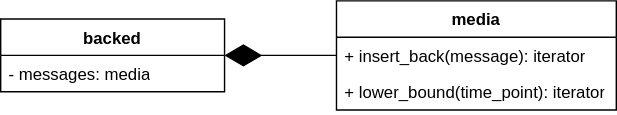
This is doc/threads_backed.svg from vitalii-samoilenko/ai-chat-bot, a draw.io export, as it was before one commit. Source tidied: cells renumbered, new cells last; positions are measured from the earlier drawing's top-left corner, leaving out a move shared by most shapes. The source it was exported from:
```xml
<mxGraphModel>
  <root>
    <mxCell id="0" />
    <mxCell id="1" parent="0" />
    <mxCell id="2" value="backed" style="swimlane;fontStyle=1;align=center;verticalAlign=top;horizontal=1;startSize=26;whiteSpace=wrap;html=1;" parent="1" vertex="1">
      <mxGeometry y="13" width="160" height="52" as="geometry" />
    </mxCell>
    <mxCell id="3" value="- messages: media" style="text;strokeColor=none;fillColor=none;align=left;verticalAlign=top;spacingLeft=4;spacingRight=4;overflow=hidden;whiteSpace=wrap;html=1;" parent="2" vertex="1">
      <mxGeometry y="26" width="160" height="26" as="geometry" />
    </mxCell>
    <mxCell id="4" value="media" style="swimlane;fontStyle=1;align=center;verticalAlign=top;horizontal=1;startSize=26;whiteSpace=wrap;html=1;" parent="1" vertex="1">
      <mxGeometry x="240" width="200" height="78" as="geometry" />
    </mxCell>
    <mxCell id="5" value="+ insert_back(message): iterator" style="text;strokeColor=none;fillColor=none;align=left;verticalAlign=top;spacingLeft=4;spacingRight=4;overflow=hidden;whiteSpace=wrap;html=1;" parent="4" vertex="1">
      <mxGeometry y="26" width="200" height="26" as="geometry" />
    </mxCell>
    <mxCell id="6" value="+ lower_bound(time_point): iterator" style="text;strokeColor=none;fillColor=none;align=left;verticalAlign=top;spacingLeft=4;spacingRight=4;overflow=hidden;whiteSpace=wrap;html=1;" parent="4" vertex="1">
      <mxGeometry y="52" width="200" height="26" as="geometry" />
    </mxCell>
    <mxCell id="7" style="endArrow=diamondThin;endFill=1;endSize=24;html=1;rounded=0;" parent="1" edge="1" source="4" target="2">
      <mxGeometry relative="1" as="geometry" />
    </mxCell>
  </root>
</mxGraphModel>
```
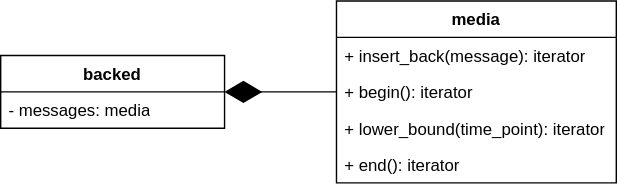
After the change.

What changed in the source:
```diff
@@ -3,20 +3,26 @@
     <mxCell id="0" />
     <mxCell id="1" parent="0" />
     <mxCell id="2" value="backed" style="swimlane;fontStyle=1;align=center;verticalAlign=top;horizontal=1;startSize=26;whiteSpace=wrap;html=1;" parent="1" vertex="1">
-      <mxGeometry y="13" width="160" height="52" as="geometry" />
+      <mxGeometry x="-20" y="19" width="160" height="52" as="geometry" />
     </mxCell>
     <mxCell id="3" value="- messages: media" style="text;strokeColor=none;fillColor=none;align=left;verticalAlign=top;spacingLeft=4;spacingRight=4;overflow=hidden;whiteSpace=wrap;html=1;" parent="2" vertex="1">
       <mxGeometry y="26" width="160" height="26" as="geometry" />
     </mxCell>
     <mxCell id="4" value="media" style="swimlane;fontStyle=1;align=center;verticalAlign=top;horizontal=1;startSize=26;whiteSpace=wrap;html=1;" parent="1" vertex="1">
-      <mxGeometry x="240" width="200" height="78" as="geometry" />
+      <mxGeometry x="220" y="-20" width="200" height="130" as="geometry" />
     </mxCell>
     <mxCell id="5" value="+ insert_back(message): iterator" style="text;strokeColor=none;fillColor=none;align=left;verticalAlign=top;spacingLeft=4;spacingRight=4;overflow=hidden;whiteSpace=wrap;html=1;" parent="4" vertex="1">
       <mxGeometry y="26" width="200" height="26" as="geometry" />
     </mxCell>
+    <mxCell id="8" value="+ begin(): iterator" style="text;strokeColor=none;fillColor=none;align=left;verticalAlign=top;spacingLeft=4;spacingRight=4;overflow=hidden;whiteSpace=wrap;html=1;" parent="4" vertex="1">
+      <mxGeometry y="52" width="200" height="26" as="geometry" />
+    </mxCell>
     <mxCell id="6" value="+ lower_bound(time_point): iterator" style="text;strokeColor=none;fillColor=none;align=left;verticalAlign=top;spacingLeft=4;spacingRight=4;overflow=hidden;whiteSpace=wrap;html=1;" parent="4" vertex="1">
-      <mxGeometry y="52" width="200" height="26" as="geometry" />
+      <mxGeometry y="78" width="200" height="26" as="geometry" />
     </mxCell>
+    <mxCell id="9" value="+ end(): iterator" style="text;strokeColor=none;fillColor=none;align=left;verticalAlign=top;spacingLeft=4;spacingRight=4;overflow=hidden;whiteSpace=wrap;html=1;" parent="4" vertex="1">
+      <mxGeometry y="104" width="200" height="26" as="geometry" />
+    </mxCell>
     <mxCell id="7" style="endArrow=diamondThin;endFill=1;endSize=24;html=1;rounded=0;" parent="1" edge="1" source="4" target="2">
       <mxGeometry relative="1" as="geometry" />
     </mxCell>
```
